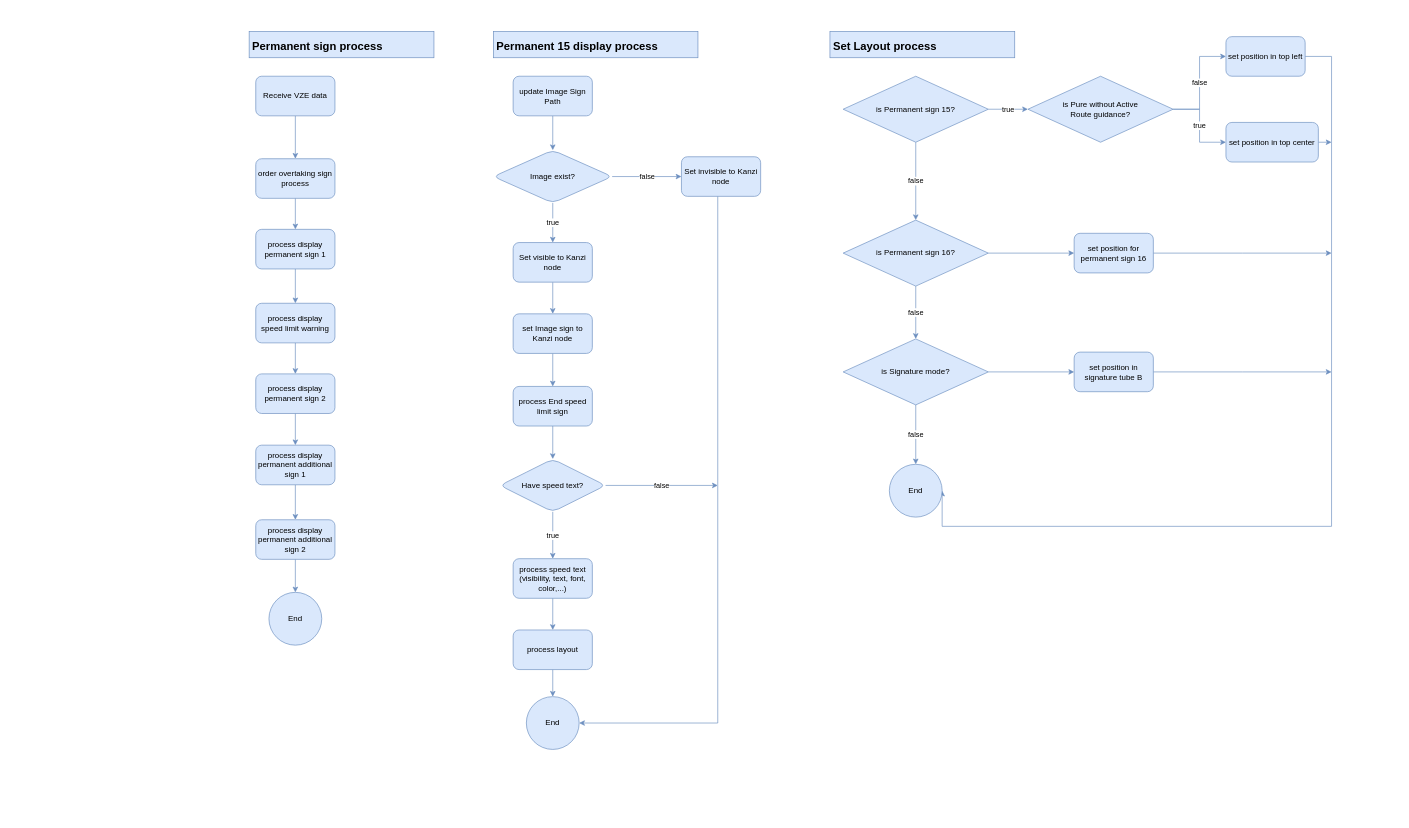
The draw.io diagram permanent_logic.drawio in LinhLa/Temp, before the edit. Source tidied: cells renumbered, new cells numbered last; positions are measured from the earlier drawing's top-left corner, leaving out a move shared by most shapes. Both pictures are drawn from the tidied source at 66%, with x=0, y=0 at pixel (249, 31).
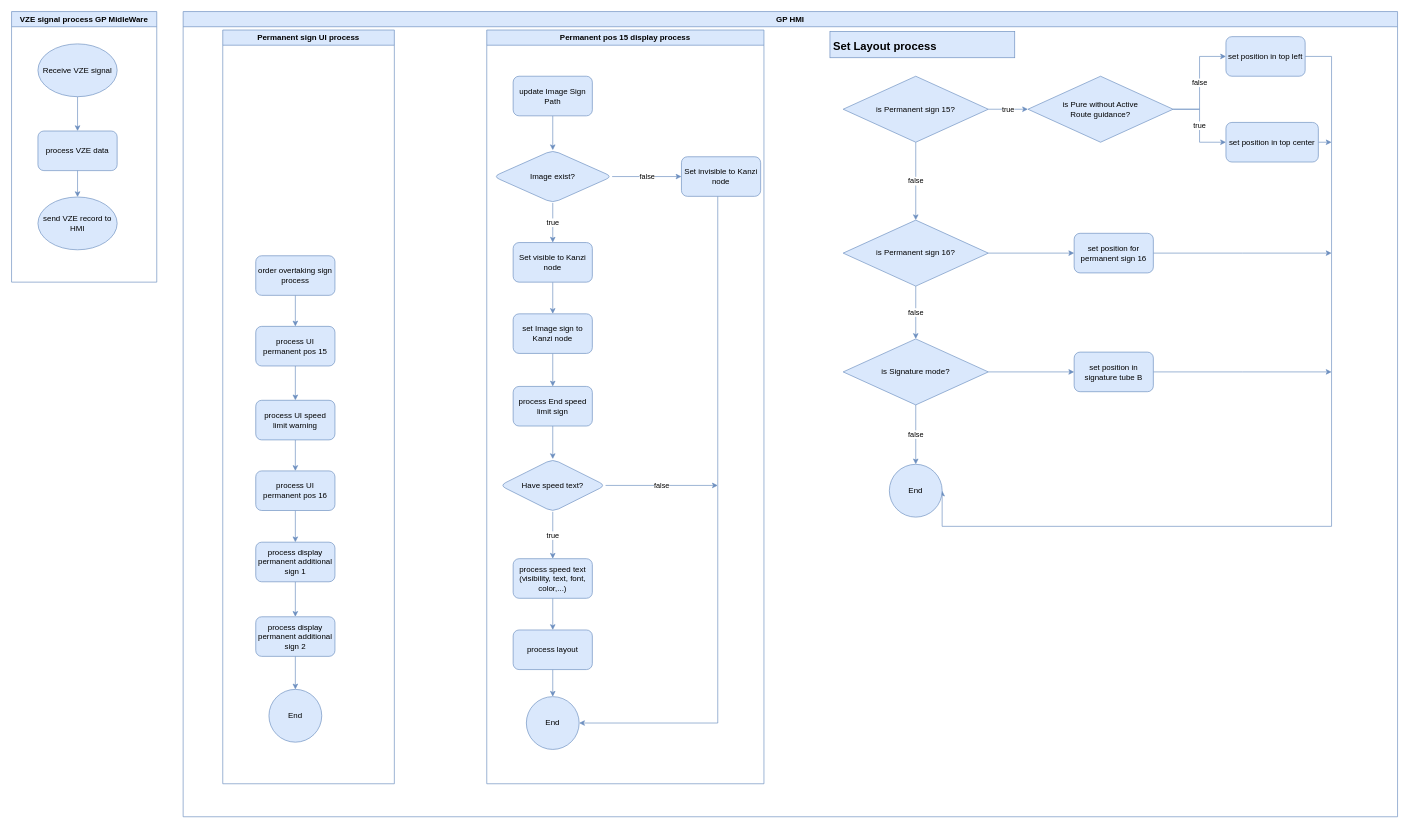
After the change.

The edit, as a diff of the source:
```diff
@@
-    <mxCell id="2" value="&lt;h1&gt;&lt;font style=&quot;font-size: 17px;&quot;&gt;Permanent sign process&lt;/font&gt;&lt;/h1&gt;" style="text;html=1;strokeColor=#6c8ebf;fillColor=#dae8fc;spacing=5;spacingTop=-20;whiteSpace=wrap;overflow=hidden;rounded=0;" parent="1" vertex="1">
-      <mxGeometry width="280" height="40" as="geometry" />
-    </mxCell>
@@
-    <mxCell id="4" value="process display permanent sign 2" style="whiteSpace=wrap;html=1;rounded=1;glass=0;strokeWidth=1;shadow=0;fillColor=#dae8fc;strokeColor=#6c8ebf;" parent="1" vertex="1">
-      <mxGeometry x="10" y="519" width="120" height="60" as="geometry" />
+    <mxCell id="4" value="process UI permanent pos 16" style="whiteSpace=wrap;html=1;rounded=1;glass=0;strokeWidth=1;shadow=0;fillColor=#dae8fc;strokeColor=#6c8ebf;" parent="1" vertex="1">
+      <mxGeometry x="10" y="666" width="120" height="60" as="geometry" />
     </mxCell>
     <mxCell id="5" value="End" style="ellipse;whiteSpace=wrap;html=1;fillColor=#dae8fc;strokeColor=#6c8ebf;" parent="1" vertex="1">
-      <mxGeometry x="30" y="850" width="80" height="80" as="geometry" />
+      <mxGeometry x="30" y="997" width="80" height="80" as="geometry" />
     </mxCell>
-    <mxCell id="6" style="edgeStyle=orthogonalEdgeStyle;rounded=0;jettySize=auto;html=1;fillColor=#dae8fc;strokeColor=#6c8ebf;" parent="1" edge="1" source="7" target="25">
-      <mxGeometry relative="1" as="geometry" />
-    </mxCell>
-    <mxCell id="7" value="Receive VZE data" style="rounded=1;whiteSpace=wrap;html=1;fillColor=#dae8fc;strokeColor=#6c8ebf;" parent="1" vertex="1">
-      <mxGeometry x="10" y="68" width="120" height="60" as="geometry" />
-    </mxCell>
@@
-    <mxCell id="9" value="process display permanent sign 1" style="rounded=1;whiteSpace=wrap;html=1;fillColor=#dae8fc;strokeColor=#6c8ebf;" parent="1" vertex="1">
-      <mxGeometry x="10" y="300" width="120" height="60" as="geometry" />
+    <mxCell id="9" value="process UI permanent pos 15" style="rounded=1;whiteSpace=wrap;html=1;fillColor=#dae8fc;strokeColor=#6c8ebf;" parent="1" vertex="1">
+      <mxGeometry x="10" y="447" width="120" height="60" as="geometry" />
     </mxCell>
-    <mxCell id="10" value="&lt;h1&gt;&lt;font style=&quot;font-size: 17px;&quot;&gt;Permanent 15 display process&lt;/font&gt;&lt;/h1&gt;" style="text;html=1;strokeColor=#6c8ebf;fillColor=#dae8fc;spacing=5;spacingTop=-20;whiteSpace=wrap;overflow=hidden;rounded=0;" parent="1" vertex="1">
-      <mxGeometry x="370" width="310" height="40" as="geometry" />
-    </mxCell>
@@
-    <mxCell id="19" value="process display speed limit warning" style="whiteSpace=wrap;html=1;fillColor=#dae8fc;strokeColor=#6c8ebf;rounded=1;" parent="1" vertex="1">
-      <mxGeometry x="10" y="412" width="120" height="60" as="geometry" />
+    <mxCell id="19" value="process UI speed limit warning" style="whiteSpace=wrap;html=1;fillColor=#dae8fc;strokeColor=#6c8ebf;rounded=1;" parent="1" vertex="1">
+      <mxGeometry x="10" y="559" width="120" height="60" as="geometry" />
     </mxCell>
@@
     <mxCell id="21" value="process display permanent additional sign 1" style="whiteSpace=wrap;html=1;rounded=1;glass=0;strokeWidth=1;shadow=0;fillColor=#dae8fc;strokeColor=#6c8ebf;" parent="1" vertex="1">
-      <mxGeometry x="10" y="627" width="120" height="60" as="geometry" />
+      <mxGeometry x="10" y="774" width="120" height="60" as="geometry" />
     </mxCell>
@@
     <mxCell id="23" value="process display permanent additional sign 2" style="whiteSpace=wrap;html=1;rounded=1;glass=0;strokeWidth=1;shadow=0;fillColor=#dae8fc;strokeColor=#6c8ebf;" parent="1" vertex="1">
-      <mxGeometry x="10" y="740" width="120" height="60" as="geometry" />
+      <mxGeometry x="10" y="887" width="120" height="60" as="geometry" />
     </mxCell>
@@
     <mxCell id="25" value="order overtaking sign process" style="rounded=1;whiteSpace=wrap;html=1;fillColor=#dae8fc;strokeColor=#6c8ebf;" parent="1" vertex="1">
-      <mxGeometry x="10" y="193" width="120" height="60" as="geometry" />
+      <mxGeometry x="10" y="340" width="120" height="60" as="geometry" />
     </mxCell>
@@
+    <mxCell id="62" value="GP HMI" style="swimlane;whiteSpace=wrap;html=1;fillColor=#dae8fc;strokeColor=#6c8ebf;" parent="1" vertex="1">
+      <mxGeometry x="-100" y="-30" width="1840" height="1220" as="geometry" />
+    </mxCell>
+    <mxCell id="63" value="Permanent sign UI process" style="swimlane;whiteSpace=wrap;html=1;fillColor=#dae8fc;strokeColor=#6c8ebf;" parent="62" vertex="1">
+      <mxGeometry x="60" y="28" width="260" height="1142" as="geometry" />
+    </mxCell>
+    <mxCell id="64" value="Permanent pos 15 display process" style="swimlane;whiteSpace=wrap;html=1;fillColor=#dae8fc;strokeColor=#6c8ebf;" parent="62" vertex="1">
+      <mxGeometry x="460" y="28" width="420" height="1142" as="geometry" />
+    </mxCell>
+    <mxCell id="65" value="VZE signal process GP MidleWare" style="swimlane;whiteSpace=wrap;html=1;fillColor=#dae8fc;strokeColor=#6c8ebf;" parent="1" vertex="1">
+      <mxGeometry x="-360" y="-30" width="220" height="410" as="geometry" />
+    </mxCell>
+    <mxCell id="66" value="process VZE data" style="whiteSpace=wrap;html=1;fillColor=#dae8fc;strokeColor=#6c8ebf;rounded=1;" parent="65" vertex="1">
+      <mxGeometry x="40" y="181" width="120" height="60" as="geometry" />
+    </mxCell>
+    <mxCell id="67" value="send VZE record to HMI" style="ellipse;whiteSpace=wrap;html=1;fillColor=#dae8fc;strokeColor=#6c8ebf;" parent="65" vertex="1">
+      <mxGeometry x="40" y="281" width="120" height="80" as="geometry" />
+    </mxCell>
+    <mxCell id="68" style="edgeStyle=orthogonalEdgeStyle;rounded=0;jettySize=auto;html=1;fillColor=#dae8fc;strokeColor=#6c8ebf;" parent="65" edge="1" source="66" target="67">
+      <mxGeometry relative="1" as="geometry" />
+    </mxCell>
+    <mxCell id="69" style="edgeStyle=orthogonalEdgeStyle;rounded=0;jettySize=auto;html=1;fillColor=#dae8fc;strokeColor=#6c8ebf;" parent="65" edge="1" source="70" target="66">
+      <mxGeometry relative="1" as="geometry" />
+    </mxCell>
+    <mxCell id="70" value="Receive VZE signal" style="ellipse;whiteSpace=wrap;html=1;fillColor=#dae8fc;strokeColor=#6c8ebf;" parent="65" vertex="1">
+      <mxGeometry x="40" y="49" width="120" height="80" as="geometry" />
+    </mxCell>
```
